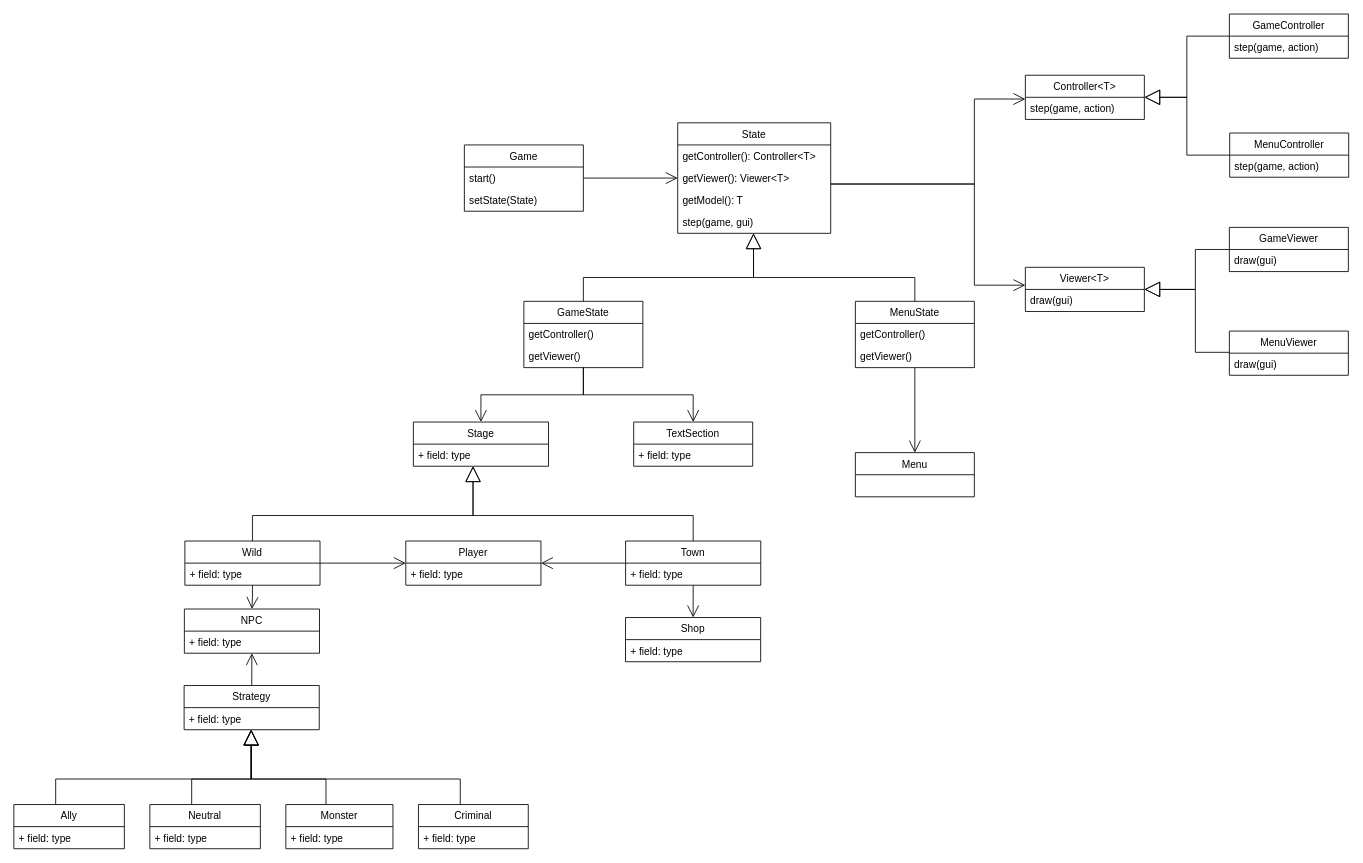
Earlier version of the draw.io diagram uml/UML.drawio (sirkotal/Gradle-Knights). Source tidied: cells renumbered, new cells numbered last; positions are measured from the earlier drawing's top-left corner, leaving out a move shared by most shapes. Both pictures are drawn from the tidied source at 85%, with x=0, y=0 at pixel (14, 14).
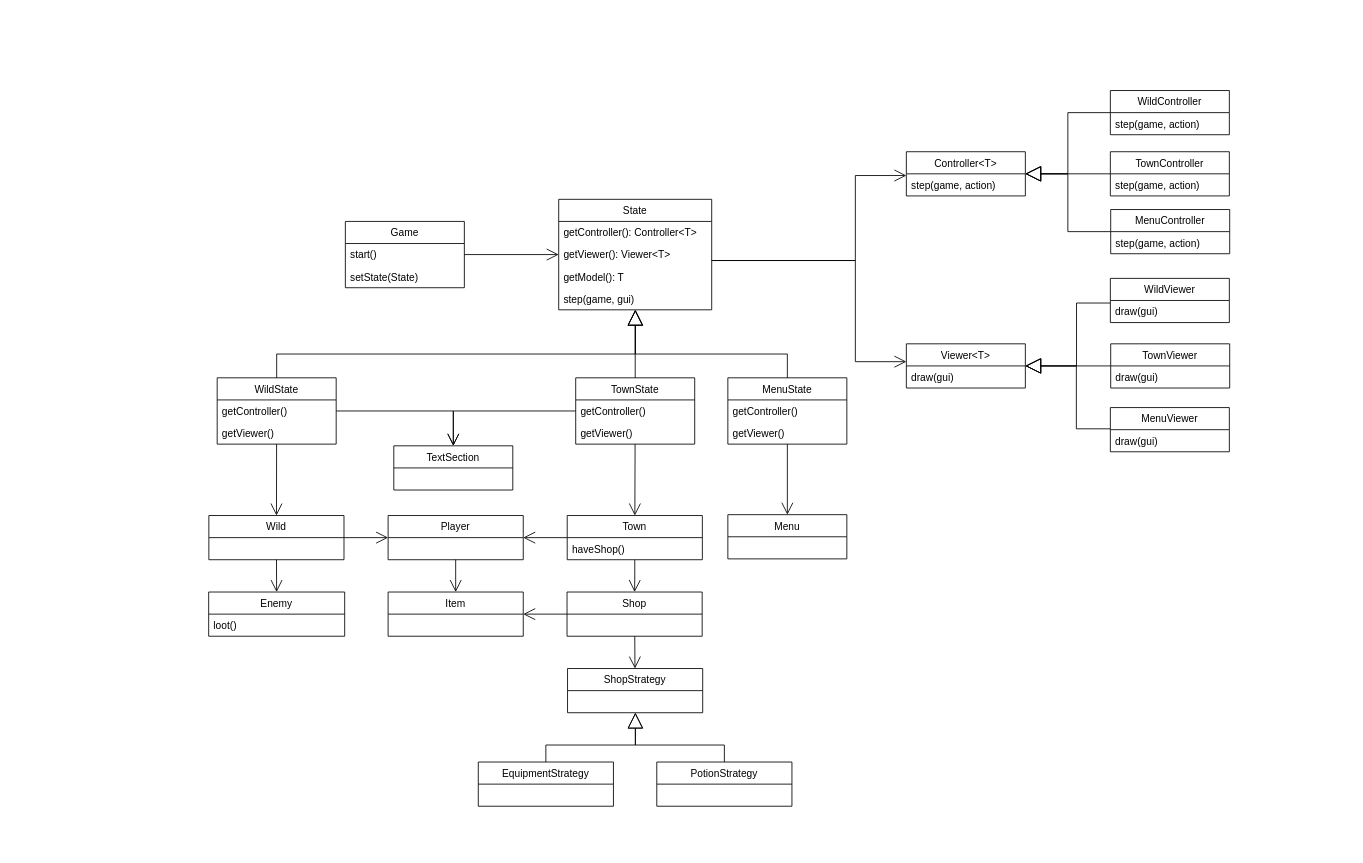
Above is the later version.

What changed in the source:
```diff
@@
-    <mxCell id="3" style="endArrow=block;endSize=16;endFill=0;html=1;rounded=0;edgeStyle=orthogonalEdgeStyle;" parent="1" edge="1" source="21" target="16">
-      <mxGeometry relative="1" as="geometry">
-        <Array as="points">
-          <mxPoint x="670" y="310" />
-          <mxPoint x="870" y="310" />
-        </Array>
-      </mxGeometry>
-    </mxCell>
-    <mxCell id="4" style="endArrow=block;endSize=16;endFill=0;html=1;rounded=0;edgeStyle=orthogonalEdgeStyle;" parent="1" edge="1" source="24" target="16">
-      <mxGeometry relative="1" as="geometry">
-        <Array as="points">
-          <mxPoint x="1060" y="310" />
-          <mxPoint x="870" y="310" />
-        </Array>
-      </mxGeometry>
-    </mxCell>
-    <mxCell id="5" style="endArrow=open;endFill=1;endSize=12;html=1;rounded=0;edgeStyle=orthogonalEdgeStyle;" parent="1" edge="1" source="21" target="32">
-      <mxGeometry relative="1" as="geometry" />
-    </mxCell>
@@
     <mxCell id="7" style="endArrow=open;endFill=1;endSize=12;html=1;rounded=0;edgeStyle=orthogonalEdgeStyle;" parent="1" edge="1" source="16" target="36">
       <mxGeometry relative="1" as="geometry">
         <Array as="points">
-          <mxPoint x="1129.8" y="200" />
-          <mxPoint x="1129.8" y="100" />
+          <mxPoint x="989.8" y="290" />
+          <mxPoint x="989.8" y="190" />
         </Array>
       </mxGeometry>
     </mxCell>
     <mxCell id="8" style="endArrow=open;endFill=1;endSize=12;html=1;rounded=0;edgeStyle=orthogonalEdgeStyle;" parent="1" edge="1" source="16" target="38">
       <mxGeometry relative="1" as="geometry">
         <Array as="points">
-          <mxPoint x="1129.8" y="200" />
-          <mxPoint x="1129.8" y="319" />
+          <mxPoint x="989.8" y="290" />
+          <mxPoint x="989.8" y="409" />
         </Array>
       </mxGeometry>
     </mxCell>
     <mxCell id="9" style="endArrow=block;endSize=16;endFill=0;html=1;rounded=0;edgeStyle=orthogonalEdgeStyle;" parent="1" edge="1" source="40" target="36">
       <mxGeometry relative="1" as="geometry">
         <Array as="points">
-          <mxPoint x="1379.8" y="26" />
-          <mxPoint x="1379.8" y="98" />
+          <mxPoint x="1239.8" y="116" />
+          <mxPoint x="1239.8" y="188" />
         </Array>
       </mxGeometry>
     </mxCell>
     <mxCell id="10" style="endArrow=block;endSize=16;endFill=0;html=1;rounded=0;edgeStyle=orthogonalEdgeStyle;" parent="1" edge="1" source="42" target="36">
       <mxGeometry relative="1" as="geometry">
         <Array as="points">
-          <mxPoint x="1379.8" y="166" />
-          <mxPoint x="1379.8" y="98" />
+          <mxPoint x="1239.8" y="256" />
+          <mxPoint x="1239.8" y="188" />
         </Array>
       </mxGeometry>
     </mxCell>
     <mxCell id="11" style="endArrow=block;endSize=16;endFill=0;html=1;rounded=0;edgeStyle=orthogonalEdgeStyle;" parent="1" edge="1" source="46" target="38">
       <mxGeometry relative="1" as="geometry">
         <Array as="points">
-          <mxPoint x="1389.8" y="277" />
-          <mxPoint x="1389.8" y="324" />
+          <mxPoint x="1250" y="340" />
+          <mxPoint x="1250" y="414" />
         </Array>
       </mxGeometry>
     </mxCell>
     <mxCell id="12" style="endArrow=block;endSize=16;endFill=0;html=1;rounded=0;edgeStyle=orthogonalEdgeStyle;" parent="1" edge="1" source="44" target="38">
       <mxGeometry x="-0.03" y="-20" relative="1" as="geometry">
         <Array as="points">
-          <mxPoint x="1389.8" y="398" />
-          <mxPoint x="1389.8" y="324" />
+          <mxPoint x="1249.8" y="488" />
+          <mxPoint x="1249.8" y="414" />
         </Array>
       </mxGeometry>
     </mxCell>
     <mxCell id="13" value="Game" style="swimlane;fontStyle=0;horizontal=1;startSize=26;fillColor=none;" parent="1" vertex="1">
-      <mxGeometry x="529.8" y="154" width="140" height="78" as="geometry" />
+      <mxGeometry x="389.8" y="244" width="140" height="78" as="geometry" />
     </mxCell>
@@
     <mxCell id="16" value="State" style="swimlane;fontStyle=0;horizontal=1;startSize=26;fillColor=none;" parent="1" vertex="1">
-      <mxGeometry x="780.8" y="128" width="180" height="130" as="geometry" />
+      <mxGeometry x="640.8" y="218" width="180" height="130" as="geometry" />
     </mxCell>
@@
-    <mxCell id="21" value="GameState" style="swimlane;fontStyle=0;horizontal=1;startSize=26;fillColor=none;" parent="1" vertex="1">
-      <mxGeometry x="599.8" y="338" width="140" height="78" as="geometry" />
+    <mxCell id="21" value="WildState" style="swimlane;fontStyle=0;horizontal=1;startSize=26;fillColor=none;" parent="1" vertex="1">
+      <mxGeometry x="239" y="428" width="140" height="78" as="geometry" />
     </mxCell>
@@
     <mxCell id="24" value="MenuState" style="swimlane;fontStyle=0;horizontal=1;startSize=26;fillColor=none;" parent="1" vertex="1">
-      <mxGeometry x="989.8" y="338" width="140" height="78" as="geometry" />
+      <mxGeometry x="839.8" y="428" width="140" height="78" as="geometry" />
     </mxCell>
@@
     <mxCell id="27" value="Menu" style="swimlane;fontStyle=0;horizontal=1;startSize=26;fillColor=none;" parent="1" vertex="1">
-      <mxGeometry x="989.8" y="516" width="140" height="52" as="geometry" />
+      <mxGeometry x="839.8" y="589" width="140" height="52" as="geometry" />
     </mxCell>
     <mxCell id="28" value="Town" style="swimlane;fontStyle=0;horizontal=1;startSize=26;fillColor=none;" parent="1" vertex="1">
-      <mxGeometry x="719.5" y="620" width="159" height="52" as="geometry" />
+      <mxGeometry x="650.8" y="590" width="159" height="52" as="geometry" />
     </mxCell>
-    <mxCell id="29" value="+ field: type" style="text;strokeColor=none;fillColor=none;align=left;verticalAlign=top;spacingLeft=4;spacingRight=4;overflow=hidden;" parent="28" vertex="1">
+    <mxCell id="29" value="haveShop()" style="text;strokeColor=none;fillColor=none;align=left;verticalAlign=top;spacingLeft=4;spacingRight=4;overflow=hidden;" parent="28" vertex="1">
       <mxGeometry y="26" width="159" height="26" as="geometry" />
     </mxCell>
     <mxCell id="30" value="Wild" style="swimlane;fontStyle=0;horizontal=1;startSize=26;fillColor=none;" parent="1" vertex="1">
-      <mxGeometry x="201" y="620" width="159" height="52" as="geometry" />
+      <mxGeometry x="229.2" y="590" width="159" height="52" as="geometry" />
     </mxCell>
-    <mxCell id="31" value="+ field: type" style="text;strokeColor=none;fillColor=none;align=left;verticalAlign=top;spacingLeft=4;spacingRight=4;overflow=hidden;" parent="30" vertex="1">
-      <mxGeometry y="26" width="159" height="26" as="geometry" />
-    </mxCell>
-    <mxCell id="32" value="Stage" style="swimlane;fontStyle=0;horizontal=1;startSize=26;fillColor=none;" parent="1" vertex="1">
-      <mxGeometry x="469.8" y="480" width="159" height="52" as="geometry" />
-    </mxCell>
-    <mxCell id="33" value="+ field: type" style="text;strokeColor=none;fillColor=none;align=left;verticalAlign=top;spacingLeft=4;spacingRight=4;overflow=hidden;" parent="32" vertex="1">
-      <mxGeometry y="26" width="159" height="26" as="geometry" />
-    </mxCell>
-    <mxCell id="34" style="endArrow=block;endSize=16;endFill=0;html=1;rounded=0;edgeStyle=orthogonalEdgeStyle;" parent="1" edge="1" source="28" target="32">
-      <mxGeometry relative="1" as="geometry">
-        <Array as="points">
-          <mxPoint x="799" y="590" />
-          <mxPoint x="540" y="590" />
-        </Array>
-      </mxGeometry>
-    </mxCell>
-    <mxCell id="35" style="endArrow=block;endSize=16;endFill=0;html=1;rounded=0;edgeStyle=orthogonalEdgeStyle;" parent="1" edge="1" source="30" target="32">
-      <mxGeometry relative="1" as="geometry">
-        <Array as="points">
-          <mxPoint x="281" y="590" />
-          <mxPoint x="540" y="590" />
-        </Array>
-      </mxGeometry>
-    </mxCell>
     <mxCell id="36" value="Controller&lt;T&gt;" style="swimlane;fontStyle=0;horizontal=1;startSize=26;fillColor=none;" parent="1" vertex="1">
-      <mxGeometry x="1189.8" y="72" width="140" height="52" as="geometry" />
+      <mxGeometry x="1049.8" y="162" width="140" height="52" as="geometry" />
     </mxCell>
@@
     <mxCell id="38" value="Viewer&lt;T&gt;" style="swimlane;fontStyle=0;horizontal=1;startSize=26;fillColor=none;" parent="1" vertex="1">
-      <mxGeometry x="1189.8" y="298" width="140" height="52" as="geometry" />
+      <mxGeometry x="1049.8" y="388" width="140" height="52" as="geometry" />
     </mxCell>
@@
-    <mxCell id="40" value="GameController" style="swimlane;fontStyle=0;horizontal=1;startSize=26;fillColor=none;" parent="1" vertex="1">
-      <mxGeometry x="1429.8" width="140" height="52" as="geometry" />
+    <mxCell id="40" value="WildController" style="swimlane;fontStyle=0;horizontal=1;startSize=26;fillColor=none;" parent="1" vertex="1">
+      <mxGeometry x="1289.8" y="90" width="140" height="52" as="geometry" />
     </mxCell>
@@
     <mxCell id="42" value="MenuController" style="swimlane;fontStyle=0;horizontal=1;startSize=26;fillColor=none;" parent="1" vertex="1">
-      <mxGeometry x="1430.2" y="140" width="140" height="52" as="geometry" />
+      <mxGeometry x="1290.2" y="230" width="140" height="52" as="geometry" />
     </mxCell>
@@
     <mxCell id="44" value="MenuViewer" style="swimlane;fontStyle=0;horizontal=1;startSize=26;fillColor=none;" parent="1" vertex="1">
-      <mxGeometry x="1429.8" y="373" width="140" height="52" as="geometry" />
+      <mxGeometry x="1289.8" y="463" width="140" height="52" as="geometry" />
     </mxCell>
@@
-    <mxCell id="46" value="GameViewer" style="swimlane;fontStyle=0;horizontal=1;startSize=26;fillColor=none;" parent="1" vertex="1">
-      <mxGeometry x="1429.8" y="251" width="140" height="52" as="geometry" />
+    <mxCell id="46" value="WildViewer" style="swimlane;fontStyle=0;horizontal=1;startSize=26;fillColor=none;" parent="1" vertex="1">
+      <mxGeometry x="1289.8" y="311" width="140" height="52" as="geometry" />
     </mxCell>
@@
     <mxCell id="48" value="TextSection" style="swimlane;fontStyle=0;horizontal=1;startSize=26;fillColor=none;" parent="1" vertex="1">
-      <mxGeometry x="729" y="480" width="140" height="52" as="geometry" />
+      <mxGeometry x="446.8" y="508" width="140" height="52" as="geometry" />
     </mxCell>
-    <mxCell id="49" value="+ field: type" style="text;strokeColor=none;fillColor=none;align=left;verticalAlign=top;spacingLeft=4;spacingRight=4;overflow=hidden;" parent="48" vertex="1">
-      <mxGeometry y="26" width="140" height="26" as="geometry" />
-    </mxCell>
-    <mxCell id="50" style="endArrow=open;endFill=1;endSize=12;html=1;rounded=0;edgeStyle=orthogonalEdgeStyle;" parent="1" edge="1" source="21" target="48">
-      <mxGeometry relative="1" as="geometry" />
-    </mxCell>
     <mxCell id="51" value="Player" style="swimlane;fontStyle=0;horizontal=1;startSize=26;fillColor=none;" parent="1" vertex="1">
-      <mxGeometry x="460.9" y="620" width="159" height="52" as="geometry" />
+      <mxGeometry x="440.1" y="590" width="159" height="52" as="geometry" />
     </mxCell>
-    <mxCell id="52" value="+ field: type" style="text;strokeColor=none;fillColor=none;align=left;verticalAlign=top;spacingLeft=4;spacingRight=4;overflow=hidden;" parent="51" vertex="1">
-      <mxGeometry y="26" width="159" height="26" as="geometry" />
-    </mxCell>
     <mxCell id="53" value="Shop" style="swimlane;fontStyle=0;horizontal=1;startSize=26;fillColor=none;" parent="1" vertex="1">
-      <mxGeometry x="719.4" y="710" width="159" height="52" as="geometry" />
+      <mxGeometry x="650.6" y="680" width="159" height="52" as="geometry" />
     </mxCell>
-    <mxCell id="54" value="+ field: type" style="text;strokeColor=none;fillColor=none;align=left;verticalAlign=top;spacingLeft=4;spacingRight=4;overflow=hidden;" parent="53" vertex="1">
-      <mxGeometry y="26" width="159" height="26" as="geometry" />
-    </mxCell>
@@
-    <mxCell id="56" value="NPC" style="swimlane;fontStyle=0;horizontal=1;startSize=26;fillColor=none;" parent="1" vertex="1">
-      <mxGeometry x="200.4" y="700" width="159" height="52" as="geometry" />
-    </mxCell>
-    <mxCell id="57" value="+ field: type" style="text;strokeColor=none;fillColor=none;align=left;verticalAlign=top;spacingLeft=4;spacingRight=4;overflow=hidden;" parent="56" vertex="1">
-      <mxGeometry y="26" width="159" height="26" as="geometry" />
-    </mxCell>
-    <mxCell id="58" value="Strategy" style="swimlane;fontStyle=0;horizontal=1;startSize=26;fillColor=none;" parent="1" vertex="1">
-      <mxGeometry x="200.1" y="790" width="159" height="52" as="geometry" />
-    </mxCell>
-    <mxCell id="59" value="+ field: type" style="text;strokeColor=none;fillColor=none;align=left;verticalAlign=top;spacingLeft=4;spacingRight=4;overflow=hidden;" parent="58" vertex="1">
-      <mxGeometry y="26" width="159" height="26" as="geometry" />
-    </mxCell>
-    <mxCell id="60" style="endArrow=open;endFill=1;endSize=12;html=1;rounded=0;" parent="1" edge="1" source="58" target="56">
-      <mxGeometry relative="1" as="geometry" />
-    </mxCell>
-    <mxCell id="61" value="Monster" style="swimlane;fontStyle=0;horizontal=1;startSize=26;fillColor=none;" parent="1" vertex="1">
-      <mxGeometry x="319.8" y="930" width="126" height="52" as="geometry" />
-    </mxCell>
-    <mxCell id="62" value="+ field: type" style="text;strokeColor=none;fillColor=none;align=left;verticalAlign=top;spacingLeft=4;spacingRight=4;overflow=hidden;" parent="61" vertex="1">
-      <mxGeometry y="26" width="126" height="26" as="geometry" />
-    </mxCell>
-    <mxCell id="63" value="Criminal" style="swimlane;fontStyle=0;horizontal=1;startSize=26;fillColor=none;" parent="1" vertex="1">
-      <mxGeometry x="475.8" y="930" width="129.2" height="52" as="geometry" />
-    </mxCell>
-    <mxCell id="64" value="+ field: type" style="text;strokeColor=none;fillColor=none;align=left;verticalAlign=top;spacingLeft=4;spacingRight=4;overflow=hidden;" parent="63" vertex="1">
-      <mxGeometry y="26" width="129.2" height="26" as="geometry" />
-    </mxCell>
-    <mxCell id="65" value="Ally" style="swimlane;fontStyle=0;horizontal=1;startSize=26;fillColor=none;" parent="1" vertex="1">
-      <mxGeometry x="-0.2" y="930" width="130" height="52" as="geometry" />
-    </mxCell>
-    <mxCell id="66" value="+ field: type" style="text;strokeColor=none;fillColor=none;align=left;verticalAlign=top;spacingLeft=4;spacingRight=4;overflow=hidden;" parent="65" vertex="1">
-      <mxGeometry y="26" width="130" height="26" as="geometry" />
-    </mxCell>
-    <mxCell id="67" value="Neutral" style="swimlane;fontStyle=0;horizontal=1;startSize=26;fillColor=none;" parent="1" vertex="1">
-      <mxGeometry x="159.8" y="930" width="130" height="52" as="geometry" />
-    </mxCell>
-    <mxCell id="68" value="+ field: type" style="text;strokeColor=none;fillColor=none;align=left;verticalAlign=top;spacingLeft=4;spacingRight=4;overflow=hidden;" parent="67" vertex="1">
-      <mxGeometry y="26" width="130" height="26" as="geometry" />
-    </mxCell>
-    <mxCell id="69" style="endArrow=block;endSize=16;endFill=0;html=1;rounded=0;edgeStyle=orthogonalEdgeStyle;" parent="1" edge="1" source="67" target="58">
-      <mxGeometry relative="1" as="geometry">
-        <Array as="points">
-          <mxPoint x="209" y="900" />
-          <mxPoint x="279" y="900" />
-        </Array>
-      </mxGeometry>
-    </mxCell>
-    <mxCell id="70" style="endArrow=block;endSize=16;endFill=0;html=1;rounded=0;edgeStyle=orthogonalEdgeStyle;" parent="1" edge="1" source="63" target="58">
-      <mxGeometry relative="1" as="geometry">
-        <Array as="points">
-          <mxPoint x="525" y="900" />
-          <mxPoint x="279" y="900" />
-        </Array>
-      </mxGeometry>
-    </mxCell>
-    <mxCell id="71" style="endArrow=block;endSize=16;endFill=0;html=1;rounded=0;edgeStyle=orthogonalEdgeStyle;" parent="1" edge="1" source="61" target="58">
-      <mxGeometry relative="1" as="geometry">
-        <Array as="points">
-          <mxPoint x="367" y="900" />
-          <mxPoint x="279" y="900" />
-        </Array>
-      </mxGeometry>
-    </mxCell>
-    <mxCell id="72" style="endArrow=block;endSize=16;endFill=0;html=1;rounded=0;edgeStyle=orthogonalEdgeStyle;" parent="1" edge="1" source="65" target="58">
-      <mxGeometry relative="1" as="geometry">
-        <Array as="points">
-          <mxPoint x="49" y="900" />
-          <mxPoint x="279" y="900" />
-        </Array>
-      </mxGeometry>
-    </mxCell>
@@
-    <mxCell id="74" style="endArrow=open;endFill=1;endSize=12;html=1;rounded=0;edgeStyle=orthogonalEdgeStyle;" parent="1" edge="1" source="30" target="56">
+    <mxCell id="74" style="endArrow=open;endFill=1;endSize=12;html=1;rounded=0;" parent="1" edge="1" source="30" target="76">
       <mxGeometry relative="1" as="geometry" />
     </mxCell>
@@
+    <mxCell id="76" value="Enemy" style="swimlane;fontStyle=0;horizontal=1;startSize=26;fillColor=none;" parent="1" vertex="1">
+      <mxGeometry x="229" y="680" width="160" height="52" as="geometry" />
+    </mxCell>
+    <mxCell id="77" value="loot()" style="text;strokeColor=none;fillColor=none;align=left;verticalAlign=top;spacingLeft=4;spacingRight=4;overflow=hidden;" parent="76" vertex="1">
+      <mxGeometry y="26" width="160" height="26" as="geometry" />
+    </mxCell>
+    <mxCell id="78" value="TownState" style="swimlane;fontStyle=0;horizontal=1;startSize=26;fillColor=none;" parent="1" vertex="1">
+      <mxGeometry x="660.8" y="428" width="140" height="78" as="geometry" />
+    </mxCell>
+    <mxCell id="79" value="getController()" style="text;strokeColor=none;fillColor=none;align=left;verticalAlign=top;spacingLeft=4;spacingRight=4;overflow=hidden;" parent="78" vertex="1">
+      <mxGeometry y="26" width="140" height="26" as="geometry" />
+    </mxCell>
+    <mxCell id="80" value="getViewer()" style="text;strokeColor=none;fillColor=none;align=left;verticalAlign=top;spacingLeft=4;spacingRight=4;overflow=hidden;" parent="78" vertex="1">
+      <mxGeometry y="52" width="140" height="26" as="geometry" />
+    </mxCell>
+    <mxCell id="81" style="endArrow=block;endSize=16;endFill=0;html=1;rounded=0;" parent="1" edge="1" source="78" target="16">
+      <mxGeometry relative="1" as="geometry" />
+    </mxCell>
+    <mxCell id="4" style="endArrow=block;endSize=16;endFill=0;html=1;rounded=0;edgeStyle=orthogonalEdgeStyle;" parent="1" edge="1" source="24" target="16">
+      <mxGeometry relative="1" as="geometry">
+        <Array as="points">
+          <mxPoint x="910" y="400" />
+          <mxPoint x="731" y="400" />
+        </Array>
+      </mxGeometry>
+    </mxCell>
+    <mxCell id="3" style="endArrow=block;endSize=16;endFill=0;html=1;rounded=0;edgeStyle=orthogonalEdgeStyle;" parent="1" edge="1" source="21" target="16">
+      <mxGeometry relative="1" as="geometry">
+        <Array as="points">
+          <mxPoint x="309" y="400" />
+          <mxPoint x="731" y="400" />
+        </Array>
+      </mxGeometry>
+    </mxCell>
+    <mxCell id="50" style="endArrow=open;endFill=1;endSize=12;html=1;rounded=0;edgeStyle=orthogonalEdgeStyle;" parent="1" edge="1" source="21" target="48">
+      <mxGeometry relative="1" as="geometry" />
+    </mxCell>
+    <mxCell id="82" style="endArrow=open;endFill=1;endSize=12;html=1;rounded=0;edgeStyle=orthogonalEdgeStyle;" parent="1" edge="1" source="78" target="48">
+      <mxGeometry relative="1" as="geometry" />
+    </mxCell>
+    <mxCell id="83" style="endArrow=open;endFill=1;endSize=12;html=1;rounded=0;" parent="1" edge="1" source="78" target="28">
+      <mxGeometry relative="1" as="geometry" />
+    </mxCell>
+    <mxCell id="84" style="endArrow=open;endFill=1;endSize=12;html=1;rounded=0;" parent="1" edge="1" source="21" target="30">
+      <mxGeometry relative="1" as="geometry" />
+    </mxCell>
+    <mxCell id="85" value="TownController" style="swimlane;fontStyle=0;horizontal=1;startSize=26;fillColor=none;" parent="1" vertex="1">
+      <mxGeometry x="1289.8" y="162" width="140" height="52" as="geometry" />
+    </mxCell>
+    <mxCell id="86" value="step(game, action)" style="text;strokeColor=none;fillColor=none;align=left;verticalAlign=top;spacingLeft=4;spacingRight=4;overflow=hidden;" parent="85" vertex="1">
+      <mxGeometry y="26" width="140" height="26" as="geometry" />
+    </mxCell>
+    <mxCell id="87" style="endArrow=block;endSize=16;endFill=0;html=1;rounded=0;" parent="1" edge="1" source="85" target="36">
+      <mxGeometry relative="1" as="geometry" />
+    </mxCell>
+    <mxCell id="88" value="TownViewer" style="swimlane;fontStyle=0;horizontal=1;startSize=26;fillColor=none;" parent="1" vertex="1">
+      <mxGeometry x="1290.2" y="388" width="140" height="52" as="geometry" />
+    </mxCell>
+    <mxCell id="89" value="draw(gui)" style="text;strokeColor=none;fillColor=none;align=left;verticalAlign=top;spacingLeft=4;spacingRight=4;overflow=hidden;" parent="88" vertex="1">
+      <mxGeometry y="26" width="140" height="26" as="geometry" />
+    </mxCell>
+    <mxCell id="90" style="endArrow=block;endSize=16;endFill=0;html=1;rounded=0;" parent="1" edge="1" source="88" target="38">
+      <mxGeometry relative="1" as="geometry" />
+    </mxCell>
+    <mxCell id="91" value="ShopStrategy" style="swimlane;fontStyle=0;horizontal=1;startSize=26;fillColor=none;" parent="1" vertex="1">
+      <mxGeometry x="651.2" y="770" width="159" height="52" as="geometry" />
+    </mxCell>
+    <mxCell id="92" style="endArrow=open;endFill=1;endSize=12;html=1;rounded=0;" parent="1" edge="1" source="53" target="91">
+      <mxGeometry relative="1" as="geometry" />
+    </mxCell>
+    <mxCell id="93" value="EquipmentStrategy" style="swimlane;fontStyle=0;horizontal=1;startSize=26;fillColor=none;" parent="1" vertex="1">
+      <mxGeometry x="546.2" y="880" width="159" height="52" as="geometry" />
+    </mxCell>
+    <mxCell id="94" value="PotionStrategy" style="swimlane;fontStyle=0;horizontal=1;startSize=26;fillColor=none;" parent="1" vertex="1">
+      <mxGeometry x="756.2" y="880" width="159" height="52" as="geometry" />
+    </mxCell>
+    <mxCell id="95" style="endArrow=block;endSize=16;endFill=0;html=1;rounded=0;edgeStyle=orthogonalEdgeStyle;" parent="1" edge="1" source="93" target="91">
+      <mxGeometry x="-0.03" y="-20" relative="1" as="geometry">
+        <Array as="points">
+          <mxPoint x="626" y="860" />
+          <mxPoint x="731" y="860" />
+        </Array>
+      </mxGeometry>
+    </mxCell>
+    <mxCell id="96" style="endArrow=block;endSize=16;endFill=0;html=1;rounded=0;edgeStyle=orthogonalEdgeStyle;" parent="1" edge="1" source="94" target="91">
+      <mxGeometry x="-0.03" y="-20" relative="1" as="geometry">
+        <Array as="points">
+          <mxPoint x="836" y="860" />
+          <mxPoint x="731" y="860" />
+        </Array>
+      </mxGeometry>
+    </mxCell>
+    <mxCell id="97" value="Item" style="swimlane;fontStyle=0;horizontal=1;startSize=26;fillColor=none;" parent="1" vertex="1">
+      <mxGeometry x="440.1" y="680" width="159" height="52" as="geometry" />
+    </mxCell>
+    <mxCell id="98" style="endArrow=open;endFill=1;endSize=12;html=1;rounded=0;" parent="1" edge="1" source="51" target="97">
+      <mxGeometry relative="1" as="geometry" />
+    </mxCell>
+    <mxCell id="99" style="endArrow=open;endFill=1;endSize=12;html=1;rounded=0;" parent="1" edge="1" source="53" target="97">
+      <mxGeometry relative="1" as="geometry" />
+    </mxCell>
```
